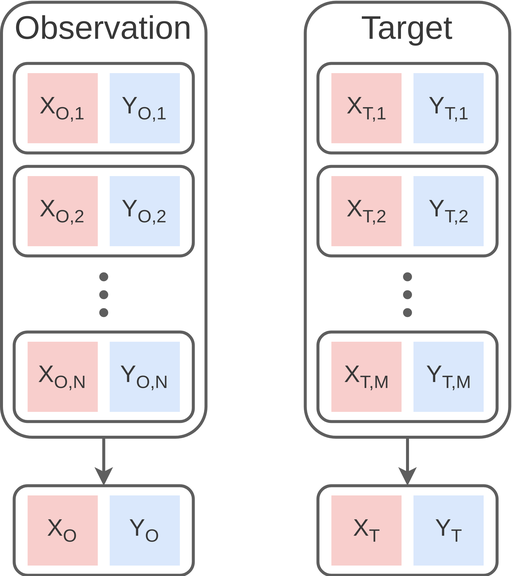
Before: neural_process/data.png, a diagram exported from draw.io (toonnyy8/PPT). Source tidied: cells renumbered, new cells last; positions are measured from the earlier drawing's top-left corner, leaving out a move shared by most shapes.
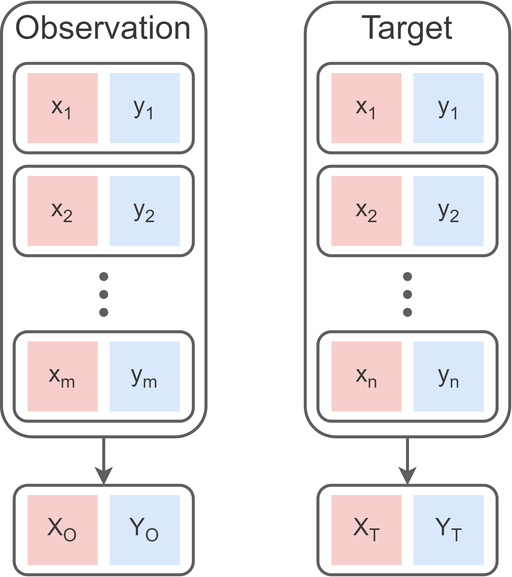
Later version of the same file.

Change to the diagram source:
```diff
@@ -32,10 +32,10 @@
     <mxCell id="11" style="group;fontSize=16;fontColor=#383838;" parent="5" vertex="1">
       <mxGeometry x="9" y="186.5" width="102" height="47" as="geometry" />
     </mxCell>
-    <mxCell id="12" value="X&lt;sub&gt;&lt;font style=&quot;font-size: 12px&quot;&gt;T,M&lt;/font&gt;&lt;/sub&gt;" style="whiteSpace=wrap;html=1;strokeColor=none;strokeWidth=2;fillColor=#f8cecc;fontSize=16;fontColor=#383838;" parent="11" vertex="1">
+    <mxCell id="12" value="x&lt;sub&gt;&lt;font style=&quot;font-size: 12px&quot;&gt;n&lt;/font&gt;&lt;/sub&gt;" style="whiteSpace=wrap;html=1;strokeColor=none;strokeWidth=2;fillColor=#f8cecc;fontSize=16;fontColor=#383838;" parent="11" vertex="1">
       <mxGeometry width="47" height="47" as="geometry" />
     </mxCell>
-    <mxCell id="13" value="Y&lt;sub&gt;&lt;font style=&quot;font-size: 12px&quot;&gt;T,M&lt;/font&gt;&lt;/sub&gt;" style="whiteSpace=wrap;html=1;strokeColor=none;strokeWidth=2;fillColor=#dae8fc;fontSize=16;fontColor=#383838;" parent="11" vertex="1">
+    <mxCell id="13" value="y&lt;sub&gt;&lt;font style=&quot;font-size: 12px&quot;&gt;n&lt;/font&gt;&lt;/sub&gt;" style="whiteSpace=wrap;html=1;strokeColor=none;strokeWidth=2;fillColor=#dae8fc;fontSize=16;fontColor=#383838;" parent="11" vertex="1">
       <mxGeometry x="55" width="47" height="47" as="geometry" />
     </mxCell>
     <mxCell id="14" style="rounded=1;whiteSpace=wrap;html=1;strokeColor=#5E5E5E;strokeWidth=2;fontSize=16;fontColor=#383838;fillColor=none;" parent="5" vertex="1">
@@ -44,10 +44,10 @@
     <mxCell id="15" style="group;fontSize=16;fontColor=#383838;fillColor=none;" parent="5" vertex="1">
       <mxGeometry x="9" y="75.5" width="102" height="47" as="geometry" />
     </mxCell>
-    <mxCell id="16" value="X&lt;sub&gt;&lt;font style=&quot;font-size: 12px&quot;&gt;T,2&lt;/font&gt;&lt;/sub&gt;" style="whiteSpace=wrap;html=1;strokeColor=none;strokeWidth=2;fillColor=#f8cecc;fontSize=16;fontColor=#383838;" parent="15" vertex="1">
+    <mxCell id="16" value="x&lt;sub&gt;&lt;font style=&quot;font-size: 12px&quot;&gt;2&lt;/font&gt;&lt;/sub&gt;" style="whiteSpace=wrap;html=1;strokeColor=none;strokeWidth=2;fillColor=#f8cecc;fontSize=16;fontColor=#383838;" parent="15" vertex="1">
       <mxGeometry width="47" height="47" as="geometry" />
     </mxCell>
-    <mxCell id="17" value="Y&lt;sub&gt;&lt;font style=&quot;font-size: 12px&quot;&gt;T,2&lt;/font&gt;&lt;/sub&gt;" style="whiteSpace=wrap;html=1;strokeColor=none;strokeWidth=2;fillColor=#dae8fc;fontSize=16;fontColor=#383838;" parent="15" vertex="1">
+    <mxCell id="17" value="y&lt;sub&gt;&lt;font style=&quot;font-size: 12px&quot;&gt;2&lt;/font&gt;&lt;/sub&gt;" style="whiteSpace=wrap;html=1;strokeColor=none;strokeWidth=2;fillColor=#dae8fc;fontSize=16;fontColor=#383838;" parent="15" vertex="1">
       <mxGeometry x="55" width="47" height="47" as="geometry" />
     </mxCell>
     <mxCell id="18" style="rounded=1;whiteSpace=wrap;html=1;strokeColor=#5E5E5E;strokeWidth=2;fontSize=16;fontColor=#383838;fillColor=none;" parent="5" vertex="1">
@@ -56,10 +56,10 @@
     <mxCell id="19" style="group;fontSize=16;fontColor=#383838;fillColor=none;" parent="5" vertex="1">
       <mxGeometry x="9" y="6.5" width="102" height="47" as="geometry" />
     </mxCell>
-    <mxCell id="20" value="X&lt;sub&gt;&lt;font style=&quot;font-size: 12px&quot;&gt;T,&lt;/font&gt;&lt;font style=&quot;font-size: 12px&quot;&gt;1&lt;/font&gt;&lt;/sub&gt;" style="whiteSpace=wrap;html=1;strokeColor=none;strokeWidth=2;fillColor=#f8cecc;fontSize=16;fontColor=#383838;" parent="19" vertex="1">
+    <mxCell id="20" value="x&lt;sub&gt;&lt;font style=&quot;font-size: 12px&quot;&gt;1&lt;/font&gt;&lt;/sub&gt;" style="whiteSpace=wrap;html=1;strokeColor=none;strokeWidth=2;fillColor=#f8cecc;fontSize=16;fontColor=#383838;" parent="19" vertex="1">
       <mxGeometry width="47" height="47" as="geometry" />
     </mxCell>
-    <mxCell id="21" value="Y&lt;sub&gt;&lt;font style=&quot;font-size: 12px&quot;&gt;T,&lt;/font&gt;&lt;font style=&quot;font-size: 12px&quot;&gt;1&lt;/font&gt;&lt;/sub&gt;" style="whiteSpace=wrap;html=1;strokeColor=none;strokeWidth=2;fillColor=#dae8fc;fontSize=16;fontColor=#383838;" parent="19" vertex="1">
+    <mxCell id="21" value="y&lt;sub&gt;&lt;font style=&quot;font-size: 12px&quot;&gt;1&lt;/font&gt;&lt;/sub&gt;" style="whiteSpace=wrap;html=1;strokeColor=none;strokeWidth=2;fillColor=#dae8fc;fontSize=16;fontColor=#383838;" parent="19" vertex="1">
       <mxGeometry x="55" width="47" height="47" as="geometry" />
     </mxCell>
     <mxCell id="22" value="Target" style="text;strokeColor=none;fillColor=none;align=center;verticalAlign=middle;rounded=0;fontSize=22;fontColor=#383838;" parent="1" vertex="1">
@@ -83,10 +83,10 @@
     <mxCell id="28" style="group;fontSize=16;fontColor=#383838;" parent="1" vertex="1">
       <mxGeometry x="18" y="227.5" width="102" height="47" as="geometry" />
     </mxCell>
-    <mxCell id="29" value="X&lt;sub&gt;&lt;font style=&quot;font-size: 12px&quot;&gt;O,&lt;/font&gt;&lt;font style=&quot;font-size: 12px&quot;&gt;N&lt;/font&gt;&lt;/sub&gt;" style="whiteSpace=wrap;html=1;strokeColor=none;strokeWidth=2;fillColor=#f8cecc;fontSize=16;fontColor=#383838;" parent="28" vertex="1">
+    <mxCell id="29" value="x&lt;sub&gt;&lt;font style=&quot;font-size: 12px&quot;&gt;m&lt;/font&gt;&lt;/sub&gt;" style="whiteSpace=wrap;html=1;strokeColor=none;strokeWidth=2;fillColor=#f8cecc;fontSize=16;fontColor=#383838;" parent="28" vertex="1">
       <mxGeometry width="47" height="47" as="geometry" />
     </mxCell>
-    <mxCell id="30" value="Y&lt;sub&gt;&lt;font style=&quot;font-size: 12px&quot;&gt;O,N&lt;/font&gt;&lt;/sub&gt;" style="whiteSpace=wrap;html=1;strokeColor=none;strokeWidth=2;fillColor=#dae8fc;fontSize=16;fontColor=#383838;" parent="28" vertex="1">
+    <mxCell id="30" value="y&lt;sub&gt;&lt;font style=&quot;font-size: 12px&quot;&gt;m&lt;/font&gt;&lt;/sub&gt;" style="whiteSpace=wrap;html=1;strokeColor=none;strokeWidth=2;fillColor=#dae8fc;fontSize=16;fontColor=#383838;" parent="28" vertex="1">
       <mxGeometry x="55" width="47" height="47" as="geometry" />
     </mxCell>
     <mxCell id="31" style="rounded=1;whiteSpace=wrap;html=1;strokeColor=#5E5E5E;strokeWidth=2;fontSize=16;fontColor=#383838;fillColor=none;" parent="1" vertex="1">
@@ -95,10 +95,10 @@
     <mxCell id="32" style="group;fontSize=16;fontColor=#383838;fillColor=none;" parent="1" vertex="1">
       <mxGeometry x="18" y="116.5" width="102" height="47" as="geometry" />
     </mxCell>
-    <mxCell id="33" value="X&lt;sub&gt;&lt;font style=&quot;font-size: 12px&quot;&gt;O,2&lt;/font&gt;&lt;/sub&gt;" style="whiteSpace=wrap;html=1;strokeColor=none;strokeWidth=2;fillColor=#f8cecc;fontSize=16;fontColor=#383838;" parent="32" vertex="1">
+    <mxCell id="33" value="x&lt;sub&gt;&lt;font style=&quot;font-size: 12px&quot;&gt;2&lt;/font&gt;&lt;/sub&gt;" style="whiteSpace=wrap;html=1;strokeColor=none;strokeWidth=2;fillColor=#f8cecc;fontSize=16;fontColor=#383838;" parent="32" vertex="1">
       <mxGeometry width="47" height="47" as="geometry" />
     </mxCell>
-    <mxCell id="34" value="Y&lt;sub&gt;&lt;font style=&quot;font-size: 12px&quot;&gt;O,2&lt;/font&gt;&lt;/sub&gt;" style="whiteSpace=wrap;html=1;strokeColor=none;strokeWidth=2;fillColor=#dae8fc;fontSize=16;fontColor=#383838;" parent="32" vertex="1">
+    <mxCell id="34" value="y&lt;sub&gt;&lt;font style=&quot;font-size: 12px&quot;&gt;2&lt;/font&gt;&lt;/sub&gt;" style="whiteSpace=wrap;html=1;strokeColor=none;strokeWidth=2;fillColor=#dae8fc;fontSize=16;fontColor=#383838;" parent="32" vertex="1">
       <mxGeometry x="55" width="47" height="47" as="geometry" />
     </mxCell>
     <mxCell id="35" style="rounded=1;whiteSpace=wrap;html=1;strokeColor=#5E5E5E;strokeWidth=2;fontSize=16;fontColor=#383838;fillColor=none;" parent="1" vertex="1">
@@ -107,10 +107,10 @@
     <mxCell id="36" style="group;fontSize=16;fontColor=#383838;fillColor=none;" parent="1" vertex="1">
       <mxGeometry x="18" y="47.5" width="102" height="47" as="geometry" />
     </mxCell>
-    <mxCell id="37" value="X&lt;sub&gt;&lt;font style=&quot;font-size: 12px&quot;&gt;O,&lt;/font&gt;&lt;font style=&quot;font-size: 12px&quot;&gt;1&lt;/font&gt;&lt;/sub&gt;" style="whiteSpace=wrap;html=1;strokeColor=none;strokeWidth=2;fillColor=#f8cecc;fontSize=16;fontColor=#383838;" parent="36" vertex="1">
+    <mxCell id="37" value="x&lt;sub&gt;&lt;font style=&quot;font-size: 12px&quot;&gt;1&lt;/font&gt;&lt;/sub&gt;" style="whiteSpace=wrap;html=1;strokeColor=none;strokeWidth=2;fillColor=#f8cecc;fontSize=16;fontColor=#383838;" parent="36" vertex="1">
       <mxGeometry width="47" height="47" as="geometry" />
     </mxCell>
-    <mxCell id="38" value="Y&lt;sub&gt;&lt;font style=&quot;font-size: 12px&quot;&gt;O,&lt;/font&gt;&lt;font style=&quot;font-size: 12px&quot;&gt;1&lt;/font&gt;&lt;/sub&gt;" style="whiteSpace=wrap;html=1;strokeColor=none;strokeWidth=2;fillColor=#dae8fc;fontSize=16;fontColor=#383838;" parent="36" vertex="1">
+    <mxCell id="38" value="y&lt;sub&gt;&lt;font style=&quot;font-size: 12px&quot;&gt;1&lt;/font&gt;&lt;/sub&gt;" style="whiteSpace=wrap;html=1;strokeColor=none;strokeWidth=2;fillColor=#dae8fc;fontSize=16;fontColor=#383838;" parent="36" vertex="1">
       <mxGeometry x="55" width="47" height="47" as="geometry" />
     </mxCell>
     <mxCell id="39" style="group;" parent="1" vertex="1">
```
